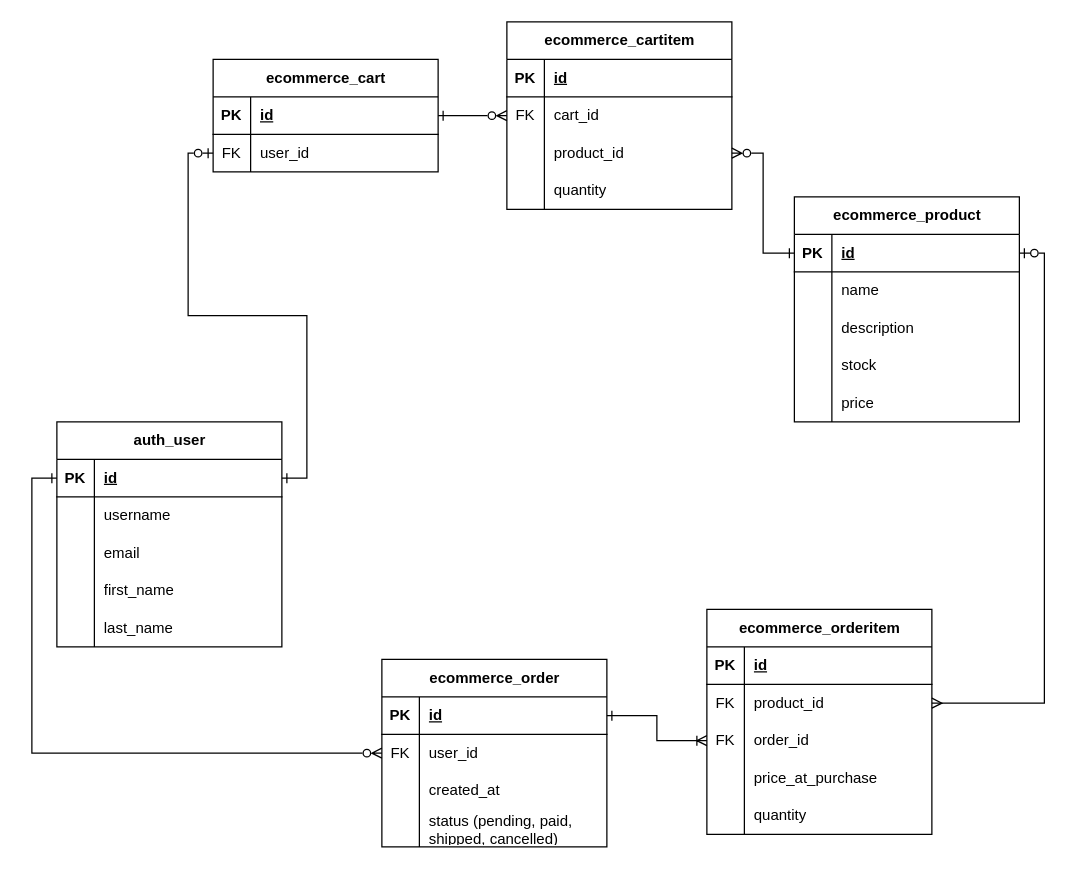
This is page "All" (1 of 3) of E-Commerce API ERD.drawio from RHILIUS/drawio, a draw.io file, before an edit. Source tidied: cells renumbered, new cells numbered last; positions are measured from the earlier drawing's top-left corner, leaving out a move shared by most shapes. Both pictures are drawn from the tidied source at 125%, with x=0, y=0 at pixel (56, 21).
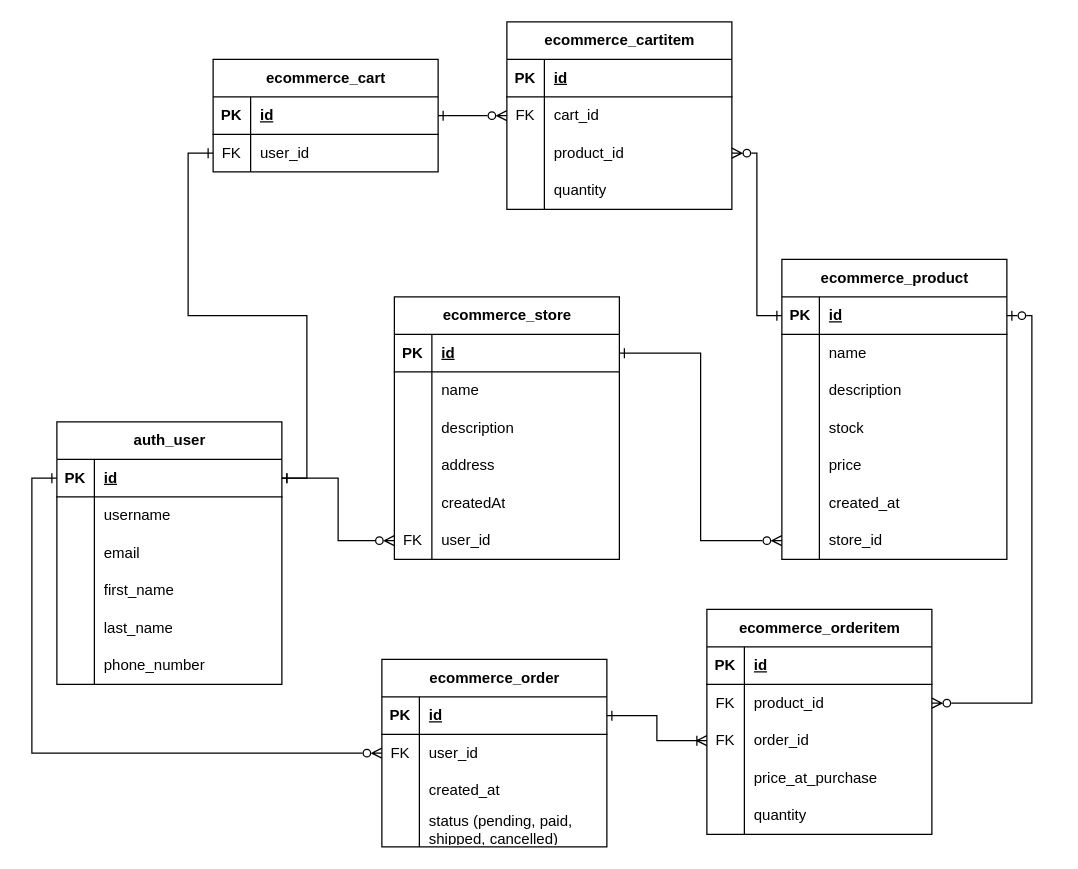
The same page after the edit.

The change refers to these unchanged cells:
```xml
<mxCell id="6" style="shape=tableRow;horizontal=0;startSize=0;swimlaneHead=0;swimlaneBody=0;fillColor=none;points=[[0,0.5],[1,0.5]];portConstraint=eastwest;top=0;left=0;right=0;bottom=0;" parent="2" vertex="1">
  <mxGeometry y="60" width="180" height="30" as="geometry" />
</mxCell>
<mxCell id="10" style="shape=tableRow;horizontal=0;startSize=0;swimlaneHead=0;swimlaneBody=0;fillColor=none;points=[[0,0.5],[1,0.5]];portConstraint=eastwest;top=0;left=0;right=0;bottom=1;" parent="9" vertex="1">
  <mxGeometry y="30" width="180" height="30" as="geometry" />
</mxCell>
<mxCell id="26" style="shape=tableRow;horizontal=0;startSize=0;swimlaneHead=0;swimlaneBody=0;fillColor=none;points=[[0,0.5],[1,0.5]];portConstraint=eastwest;top=0;left=0;right=0;bottom=1;" parent="25" vertex="1">
  <mxGeometry y="30" width="180" height="30" as="geometry" />
</mxCell>
<mxCell id="75" style="shape=tableRow;horizontal=0;startSize=0;swimlaneHead=0;swimlaneBody=0;fillColor=none;points=[[0,0.5],[1,0.5]];portConstraint=eastwest;top=0;left=0;right=0;bottom=0;" parent="71" vertex="1">
  <mxGeometry y="60" width="180" height="30" as="geometry" />
</mxCell>
```

What changed in the source:
```diff
@@
     <mxCell id="9" value="ecommerce_product" style="shape=table;startSize=30;childLayout=tableLayout;rowLines=0;fontStyle=1;align=center;html=1;" parent="1" vertex="1">
-      <mxGeometry x="590" y="140" width="180" height="180" as="geometry" />
+      <mxGeometry x="580" y="190" width="180" height="240" as="geometry" />
     </mxCell>
@@
+    <mxCell id="89" style="shape=tableRow;horizontal=0;startSize=0;swimlaneHead=0;swimlaneBody=0;fillColor=none;top=0;left=0;right=0;bottom=0;" parent="9" vertex="1">
+      <mxGeometry y="180" width="180" height="30" as="geometry" />
+    </mxCell>
+    <mxCell id="90" style="shape=partialRectangle;fillColor=none;top=0;left=0;bottom=0;right=0;overflow=hidden;whiteSpace=wrap;html=1;" parent="89" vertex="1">
+      <mxGeometry width="30" height="30" as="geometry" />
+    </mxCell>
+    <mxCell id="91" value="created_at" style="shape=partialRectangle;fillColor=none;top=0;left=0;bottom=0;right=0;align=left;spacingLeft=6;overflow=hidden;whiteSpace=wrap;html=1;" parent="89" vertex="1">
+      <mxGeometry x="30" width="150" height="30" as="geometry" />
+    </mxCell>
+    <mxCell id="92" style="shape=tableRow;horizontal=0;startSize=0;swimlaneHead=0;swimlaneBody=0;fillColor=none;points=[[0,0.5],[1,0.5]];portConstraint=eastwest;top=0;left=0;right=0;bottom=0;" parent="9" vertex="1">
+      <mxGeometry y="210" width="180" height="30" as="geometry" />
+    </mxCell>
+    <mxCell id="93" style="shape=partialRectangle;fillColor=none;top=0;left=0;bottom=0;right=0;overflow=hidden;whiteSpace=wrap;html=1;" parent="92" vertex="1">
+      <mxGeometry width="30" height="30" as="geometry" />
+    </mxCell>
+    <mxCell id="94" value="store_id" style="shape=partialRectangle;fillColor=none;top=0;left=0;bottom=0;right=0;align=left;spacingLeft=6;overflow=hidden;whiteSpace=wrap;html=1;" parent="92" vertex="1">
+      <mxGeometry x="30" width="150" height="30" as="geometry" />
+    </mxCell>
     <mxCell id="25" value="auth_user" style="shape=table;startSize=30;childLayout=tableLayout;rowLines=0;fontStyle=1;align=center;html=1;" parent="1" vertex="1">
-      <mxGeometry y="320" width="180" height="180" as="geometry" />
+      <mxGeometry y="320" width="180" height="210" as="geometry" />
     </mxCell>
@@
+    <mxCell id="95" style="shape=tableRow;horizontal=0;startSize=0;swimlaneHead=0;swimlaneBody=0;fillColor=none;top=0;left=0;right=0;bottom=0;" parent="25" vertex="1">
+      <mxGeometry y="180" width="180" height="30" as="geometry" />
+    </mxCell>
+    <mxCell id="96" style="shape=partialRectangle;fillColor=none;top=0;left=0;bottom=0;right=0;overflow=hidden;whiteSpace=wrap;html=1;" parent="95" vertex="1">
+      <mxGeometry width="30" height="30" as="geometry" />
+    </mxCell>
+    <mxCell id="97" value="phone_number" style="shape=partialRectangle;fillColor=none;top=0;left=0;bottom=0;right=0;align=left;spacingLeft=6;overflow=hidden;whiteSpace=wrap;html=1;" parent="95" vertex="1">
+      <mxGeometry x="30" width="150" height="30" as="geometry" />
+    </mxCell>
@@
-    <mxCell id="55" style="edgeStyle=orthogonalEdgeStyle;rounded=0;jettySize=auto;html=1;entryX=0;entryY=0.5;entryDx=0;entryDy=0;endArrow=ERzeroToOne;endFill=0;startArrow=ERone;startFill=0;" parent="1" edge="1" source="26" target="6">
+    <mxCell id="55" style="edgeStyle=orthogonalEdgeStyle;rounded=0;jettySize=auto;html=1;entryX=0;entryY=0.5;entryDx=0;entryDy=0;endArrow=ERone;endFill=0;startArrow=ERone;startFill=0;" parent="1" edge="1" source="26" target="6">
       <mxGeometry relative="1" as="geometry" />
     </mxCell>
@@
-    <mxCell id="88" style="edgeStyle=orthogonalEdgeStyle;rounded=0;jettySize=auto;html=1;endArrow=ERmany;endFill=0;startArrow=ERzeroToOne;startFill=0;exitX=1;exitY=0.5;exitDx=0;exitDy=0;" parent="1" edge="1" source="10" target="75">
+    <mxCell id="88" style="edgeStyle=orthogonalEdgeStyle;rounded=0;jettySize=auto;html=1;endArrow=ERzeroToMany;endFill=0;startArrow=ERzeroToOne;startFill=0;exitX=1;exitY=0.5;exitDx=0;exitDy=0;" parent="1" edge="1" source="10" target="75">
       <mxGeometry relative="1" as="geometry" />
     </mxCell>
+    <mxCell id="98" value="ecommerce_store" style="shape=table;startSize=30;childLayout=tableLayout;rowLines=0;fontStyle=1;align=center;html=1;" parent="1" vertex="1">
+      <mxGeometry x="270" y="220" width="180" height="210" as="geometry" />
+    </mxCell>
+    <mxCell id="99" style="shape=tableRow;horizontal=0;startSize=0;swimlaneHead=0;swimlaneBody=0;fillColor=none;points=[[0,0.5],[1,0.5]];portConstraint=eastwest;top=0;left=0;right=0;bottom=1;" parent="98" vertex="1">
+      <mxGeometry y="30" width="180" height="30" as="geometry" />
+    </mxCell>
+    <mxCell id="100" value="PK" style="shape=partialRectangle;fillColor=none;top=0;left=0;bottom=0;right=0;fontStyle=1;overflow=hidden;whiteSpace=wrap;html=1;" parent="99" vertex="1">
+      <mxGeometry width="30" height="30" as="geometry" />
+    </mxCell>
+    <mxCell id="101" value="id" style="shape=partialRectangle;fillColor=none;top=0;left=0;bottom=0;right=0;align=left;spacingLeft=6;fontStyle=5;overflow=hidden;whiteSpace=wrap;html=1;" parent="99" vertex="1">
+      <mxGeometry x="30" width="150" height="30" as="geometry" />
+    </mxCell>
+    <mxCell id="102" style="shape=tableRow;horizontal=0;startSize=0;swimlaneHead=0;swimlaneBody=0;fillColor=none;top=0;left=0;right=0;bottom=0;" parent="98" vertex="1">
+      <mxGeometry y="60" width="180" height="30" as="geometry" />
+    </mxCell>
+    <mxCell id="103" style="shape=partialRectangle;fillColor=none;top=0;left=0;bottom=0;right=0;overflow=hidden;whiteSpace=wrap;html=1;" parent="102" vertex="1">
+      <mxGeometry width="30" height="30" as="geometry" />
+    </mxCell>
+    <mxCell id="104" value="name" style="shape=partialRectangle;fillColor=none;top=0;left=0;bottom=0;right=0;align=left;spacingLeft=6;overflow=hidden;whiteSpace=wrap;html=1;" parent="102" vertex="1">
+      <mxGeometry x="30" width="150" height="30" as="geometry" />
+    </mxCell>
+    <mxCell id="105" style="shape=tableRow;horizontal=0;startSize=0;swimlaneHead=0;swimlaneBody=0;fillColor=none;top=0;left=0;right=0;bottom=0;" parent="98" vertex="1">
+      <mxGeometry y="90" width="180" height="30" as="geometry" />
+    </mxCell>
+    <mxCell id="106" style="shape=partialRectangle;fillColor=none;top=0;left=0;bottom=0;right=0;overflow=hidden;whiteSpace=wrap;html=1;" parent="105" vertex="1">
+      <mxGeometry width="30" height="30" as="geometry" />
+    </mxCell>
+    <mxCell id="107" value="description" style="shape=partialRectangle;fillColor=none;top=0;left=0;bottom=0;right=0;align=left;spacingLeft=6;overflow=hidden;whiteSpace=wrap;html=1;" parent="105" vertex="1">
+      <mxGeometry x="30" width="150" height="30" as="geometry" />
+    </mxCell>
+    <mxCell id="108" style="shape=tableRow;horizontal=0;startSize=0;swimlaneHead=0;swimlaneBody=0;fillColor=none;top=0;left=0;right=0;bottom=0;" parent="98" vertex="1">
+      <mxGeometry y="120" width="180" height="30" as="geometry" />
+    </mxCell>
+    <mxCell id="109" style="shape=partialRectangle;fillColor=none;top=0;left=0;bottom=0;right=0;overflow=hidden;whiteSpace=wrap;html=1;" parent="108" vertex="1">
+      <mxGeometry width="30" height="30" as="geometry" />
+    </mxCell>
+    <mxCell id="110" value="address" style="shape=partialRectangle;fillColor=none;top=0;left=0;bottom=0;right=0;align=left;spacingLeft=6;overflow=hidden;whiteSpace=wrap;html=1;" parent="108" vertex="1">
+      <mxGeometry x="30" width="150" height="30" as="geometry" />
+    </mxCell>
+    <mxCell id="111" style="shape=tableRow;horizontal=0;startSize=0;swimlaneHead=0;swimlaneBody=0;fillColor=none;top=0;left=0;right=0;bottom=0;" parent="98" vertex="1">
+      <mxGeometry y="150" width="180" height="30" as="geometry" />
+    </mxCell>
+    <mxCell id="112" style="shape=partialRectangle;fillColor=none;top=0;left=0;bottom=0;right=0;overflow=hidden;whiteSpace=wrap;html=1;" parent="111" vertex="1">
+      <mxGeometry width="30" height="30" as="geometry" />
+    </mxCell>
+    <mxCell id="113" value="createdAt" style="shape=partialRectangle;fillColor=none;top=0;left=0;bottom=0;right=0;align=left;spacingLeft=6;overflow=hidden;whiteSpace=wrap;html=1;" parent="111" vertex="1">
+      <mxGeometry x="30" width="150" height="30" as="geometry" />
+    </mxCell>
+    <mxCell id="114" style="shape=tableRow;horizontal=0;startSize=0;swimlaneHead=0;swimlaneBody=0;fillColor=none;points=[[0,0.5],[1,0.5]];portConstraint=eastwest;top=0;left=0;right=0;bottom=0;" parent="98" vertex="1">
+      <mxGeometry y="180" width="180" height="30" as="geometry" />
+    </mxCell>
+    <mxCell id="115" value="FK" style="shape=partialRectangle;fillColor=none;top=0;left=0;bottom=0;right=0;overflow=hidden;whiteSpace=wrap;html=1;" parent="114" vertex="1">
+      <mxGeometry width="30" height="30" as="geometry" />
+    </mxCell>
+    <mxCell id="116" value="user_id" style="shape=partialRectangle;fillColor=none;top=0;left=0;bottom=0;right=0;align=left;spacingLeft=6;overflow=hidden;whiteSpace=wrap;html=1;" parent="114" vertex="1">
+      <mxGeometry x="30" width="150" height="30" as="geometry" />
+    </mxCell>
+    <mxCell id="117" style="edgeStyle=orthogonalEdgeStyle;rounded=0;jettySize=auto;html=1;entryX=0;entryY=0.5;entryDx=0;entryDy=0;endArrow=ERzeroToMany;endFill=0;startArrow=ERone;startFill=0;" parent="1" edge="1" source="26" target="114">
+      <mxGeometry relative="1" as="geometry" />
+    </mxCell>
+    <mxCell id="118" style="edgeStyle=orthogonalEdgeStyle;rounded=0;jettySize=auto;html=1;entryX=0;entryY=0.5;entryDx=0;entryDy=0;endArrow=ERzeroToMany;endFill=0;startArrow=ERone;startFill=0;" parent="1" edge="1" source="99" target="92">
+      <mxGeometry relative="1" as="geometry" />
+    </mxCell>
```
